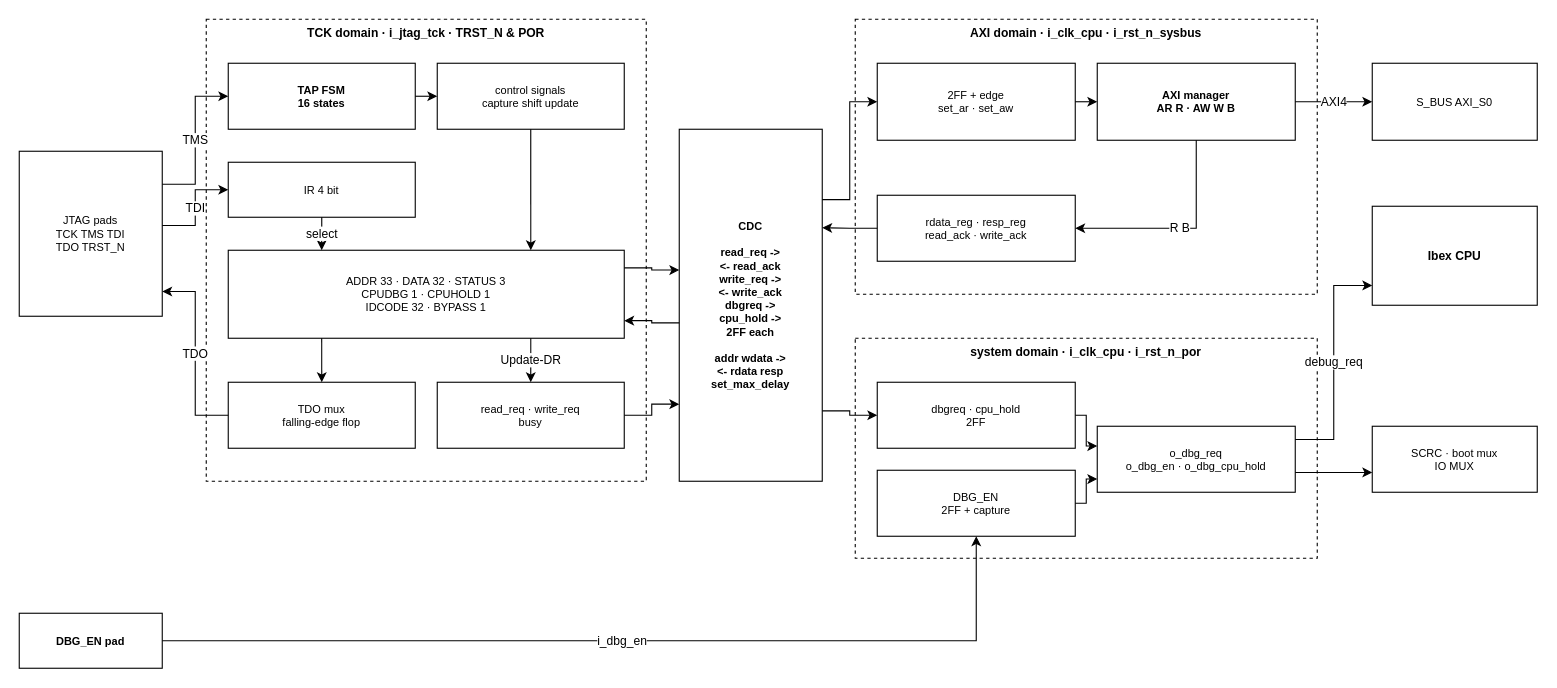
Above: page "SYSDBG block diagram" (1 of 2) of doc/figures/drawio/QNSC_SYSDBG_MAS.drawio in quynhonsemiconductor/vlsi_deep_training (draw.io), before the change. Source tidied: cells renumbered, new cells numbered last; positions are measured from the earlier drawing's top-left corner, leaving out a move shared by most shapes. Both pictures are drawn from the tidied source at 110%, with x=0, y=0 at pixel (19, 19).
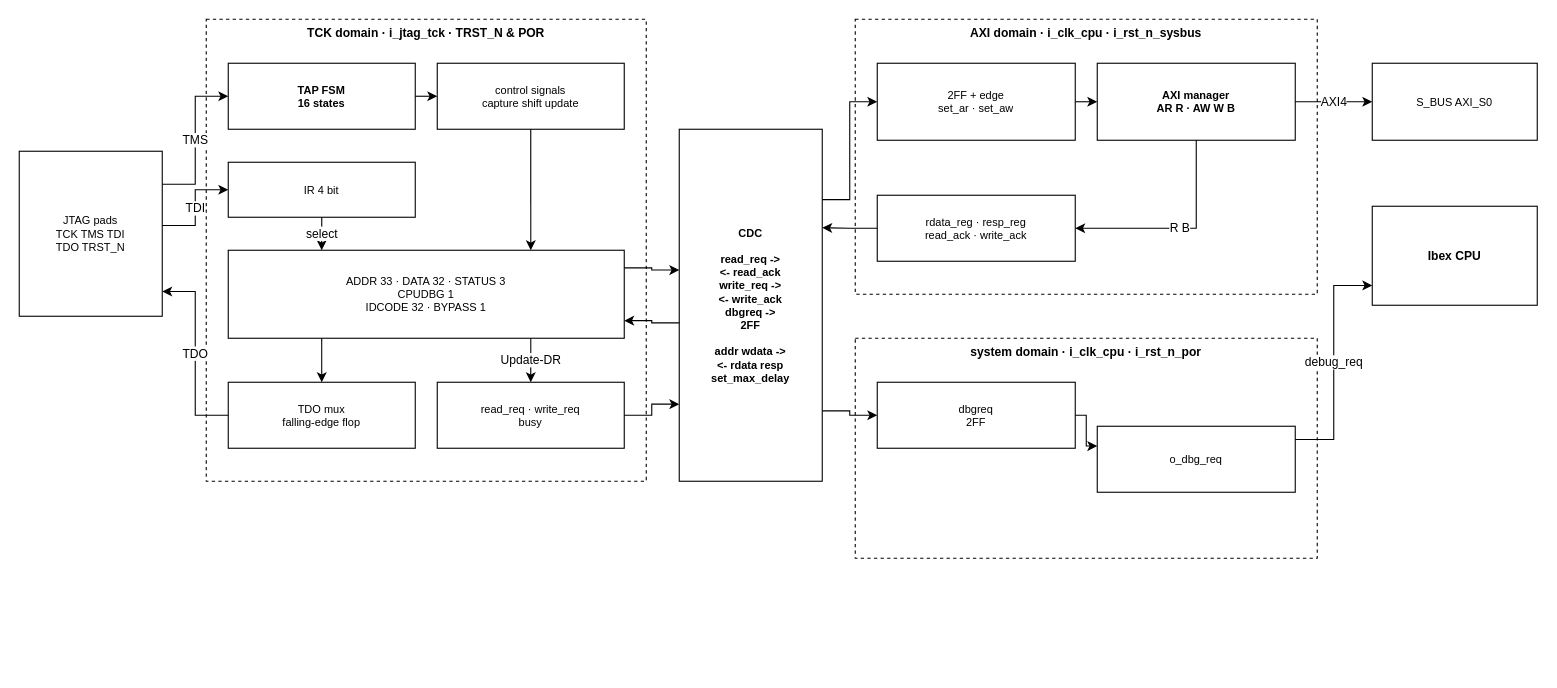
The same page after the edit.

Change to the diagram source:
```diff
@@
-    <mxCell id="3" value="DBG_EN pad" style="rounded=0;whiteSpace=wrap;html=1;fillColor=#ffffff;strokeColor=#000000;fontSize=10;dashed=0;fontStyle=1;verticalAlign=middle;" parent="1" vertex="1">
-      <mxGeometry y="540" width="130" height="50" as="geometry" />
-    </mxCell>
@@
-    <mxCell id="8" value="ADDR 33  ·  DATA 32  ·  STATUS 3&#10;CPUDBG 1  ·  CPUHOLD 1&#10;IDCODE 32  ·  BYPASS 1" style="rounded=0;whiteSpace=wrap;html=1;fillColor=#ffffff;strokeColor=#000000;fontSize=10;dashed=0;verticalAlign=middle;" parent="1" vertex="1">
+    <mxCell id="8" value="ADDR 33  ·  DATA 32  ·  STATUS 3&#10;CPUDBG 1&#10;IDCODE 32  ·  BYPASS 1" style="rounded=0;whiteSpace=wrap;html=1;fillColor=#ffffff;strokeColor=#000000;fontSize=10;dashed=0;verticalAlign=middle;" parent="1" vertex="1">
       <mxGeometry x="190" y="210" width="360" height="80" as="geometry" />
     </mxCell>
@@
-    <mxCell id="11" value="CDC&#10;&#10;read_req  -&gt;&#10;&lt;-  read_ack&#10;write_req  -&gt;&#10;&lt;-  write_ack&#10;dbgreq  -&gt;&#10;cpu_hold  -&gt;&#10;2FF each&#10;&#10;addr  wdata  -&gt;&#10;&lt;-  rdata  resp&#10;set_max_delay" style="rounded=0;whiteSpace=wrap;html=1;fillColor=#ffffff;strokeColor=#000000;fontSize=10;dashed=0;fontStyle=1;verticalAlign=middle;" parent="1" vertex="1">
+    <mxCell id="11" value="CDC&#10;&#10;read_req  -&gt;&#10;&lt;-  read_ack&#10;write_req  -&gt;&#10;&lt;-  write_ack&#10;dbgreq  -&gt;&#10;2FF&#10;&#10;addr  wdata  -&gt;&#10;&lt;-  rdata  resp&#10;set_max_delay" style="rounded=0;whiteSpace=wrap;html=1;fillColor=#ffffff;strokeColor=#000000;fontSize=10;dashed=0;fontStyle=1;verticalAlign=middle;" parent="1" vertex="1">
       <mxGeometry x="600" y="100" width="130" height="320" as="geometry" />
     </mxCell>
@@
-    <mxCell id="17" value="dbgreq  ·  cpu_hold&#10;2FF" style="rounded=0;whiteSpace=wrap;html=1;fillColor=#ffffff;strokeColor=#000000;fontSize=10;dashed=0;verticalAlign=middle;" parent="1" vertex="1">
+    <mxCell id="17" value="dbgreq&#10;2FF" style="rounded=0;whiteSpace=wrap;html=1;fillColor=#ffffff;strokeColor=#000000;fontSize=10;dashed=0;verticalAlign=middle;" parent="1" vertex="1">
       <mxGeometry x="780" y="330" width="180" height="60" as="geometry" />
     </mxCell>
-    <mxCell id="18" value="DBG_EN&#10;2FF + capture" style="rounded=0;whiteSpace=wrap;html=1;fillColor=#ffffff;strokeColor=#000000;fontSize=10;dashed=0;verticalAlign=middle;" parent="1" vertex="1">
-      <mxGeometry x="780" y="410" width="180" height="60" as="geometry" />
-    </mxCell>
-    <mxCell id="19" value="o_dbg_req&#10;o_dbg_en  ·  o_dbg_cpu_hold" style="rounded=0;whiteSpace=wrap;html=1;fillColor=#ffffff;strokeColor=#000000;fontSize=10;dashed=0;verticalAlign=middle;" parent="1" vertex="1">
+    <mxCell id="19" value="o_dbg_req" style="rounded=0;whiteSpace=wrap;html=1;fillColor=#ffffff;strokeColor=#000000;fontSize=10;dashed=0;verticalAlign=middle;" parent="1" vertex="1">
       <mxGeometry x="980" y="370" width="180" height="60" as="geometry" />
     </mxCell>
@@
-    <mxCell id="22" value="SCRC  ·  boot mux&#10;IO MUX" style="rounded=0;whiteSpace=wrap;html=1;fillColor=#ffffff;strokeColor=#000000;fontSize=10;dashed=0;verticalAlign=middle;" parent="1" vertex="1">
-      <mxGeometry x="1230" y="370" width="150" height="60" as="geometry" />
-    </mxCell>
@@
-    <mxCell id="41" style="edgeStyle=orthogonalEdgeStyle;rounded=0;html=1;exitX=1.0;exitY=0.5;entryX=0.0;entryY=0.8;exitDx=0;exitDy=0;entryDx=0;entryDy=0;" parent="1" edge="1" source="18" target="19">
-      <mxGeometry relative="1" as="geometry" />
-    </mxCell>
@@
-    <mxCell id="43" style="edgeStyle=orthogonalEdgeStyle;rounded=0;html=1;exitX=1.0;exitY=0.7;entryX=0.0;entryY=0.7;exitDx=0;exitDy=0;entryDx=0;entryDy=0;" parent="1" edge="1" source="19" target="22">
-      <mxGeometry relative="1" as="geometry" />
-    </mxCell>
-    <mxCell id="44" value="i_dbg_en" style="edgeStyle=orthogonalEdgeStyle;rounded=0;html=1;exitX=1.0;exitY=0.5;entryX=0.5;entryY=1.0;exitDx=0;exitDy=0;entryDx=0;entryDy=0;" parent="1" edge="1" source="3" target="18">
-      <mxGeometry relative="1" as="geometry" />
-    </mxCell>
```
